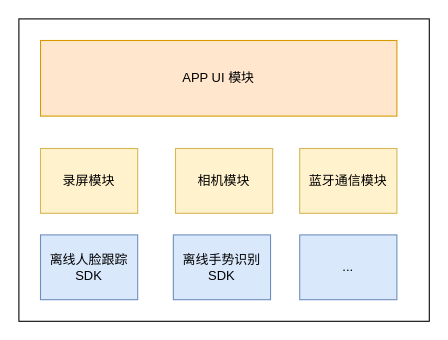
Earlier version of the draw.io diagram page "第 1 页" (1 of 2) of T2093.drawio (liuao2010/drawio). Source tidied: cells renumbered, new cells numbered last; positions are measured from the earlier drawing's top-left corner, leaving out a move shared by most shapes. Both pictures are drawn from the tidied source at 108%, with x=0, y=0 at pixel (18, 18).
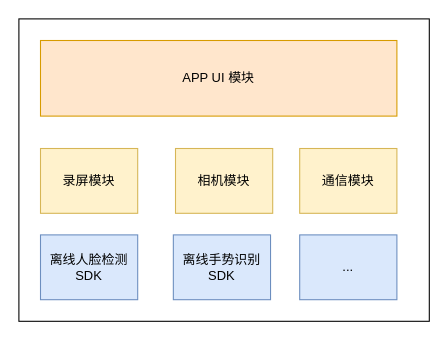
After the change.

Change to the diagram source:
```diff
@@
 <mxGraphModel>
   <root>
     <mxCell id="0" />
     <mxCell id="1" parent="0" />
     <mxCell id="2" style="rounded=0;whiteSpace=wrap;html=1;" parent="1" vertex="1">
       <mxGeometry width="380" height="280" as="geometry" />
     </mxCell>
     <mxCell id="3" value="录屏模块" style="rounded=0;whiteSpace=wrap;html=1;fillColor=#fff2cc;strokeColor=#d6b656;" parent="1" vertex="1">
       <mxGeometry x="20" y="120" width="90" height="60" as="geometry" />
     </mxCell>
     <mxCell id="4" value="相机模块" style="rounded=0;whiteSpace=wrap;html=1;fillColor=#fff2cc;strokeColor=#d6b656;" parent="1" vertex="1">
       <mxGeometry x="145" y="120" width="90" height="60" as="geometry" />
     </mxCell>
-    <mxCell id="5" value="蓝牙通信模块" style="rounded=0;whiteSpace=wrap;html=1;fillColor=#fff2cc;strokeColor=#d6b656;" parent="1" vertex="1">
+    <mxCell id="5" value="通信模块" style="rounded=0;whiteSpace=wrap;html=1;fillColor=#fff2cc;strokeColor=#d6b656;" parent="1" vertex="1">
       <mxGeometry x="260" y="120" width="90" height="60" as="geometry" />
     </mxCell>
-    <mxCell id="6" value="离线人脸跟踪 SDK" style="rounded=0;whiteSpace=wrap;html=1;fillColor=#dae8fc;strokeColor=#6c8ebf;" parent="1" vertex="1">
+    <mxCell id="6" value="离线人脸检测 SDK" style="rounded=0;whiteSpace=wrap;html=1;fillColor=#dae8fc;strokeColor=#6c8ebf;" parent="1" vertex="1">
       <mxGeometry x="20" y="200" width="90" height="60" as="geometry" />
     </mxCell>
     <mxCell id="7" value="离线手势识别 SDK" style="rounded=0;whiteSpace=wrap;html=1;fillColor=#dae8fc;strokeColor=#6c8ebf;" parent="1" vertex="1">
       <mxGeometry x="143" y="200" width="90" height="60" as="geometry" />
     </mxCell>
     <mxCell id="8" value="APP UI 模块" style="rounded=0;whiteSpace=wrap;html=1;fillColor=#ffe6cc;strokeColor=#d79b00;" parent="1" vertex="1">
       <mxGeometry x="20" y="20" width="330" height="70" as="geometry" />
     </mxCell>
     <mxCell id="9" value="..." style="rounded=0;whiteSpace=wrap;html=1;fillColor=#dae8fc;strokeColor=#6c8ebf;" parent="1" vertex="1">
       <mxGeometry x="260" y="200" width="90" height="60" as="geometry" />
     </mxCell>
   </root>
 </mxGraphModel>
```
